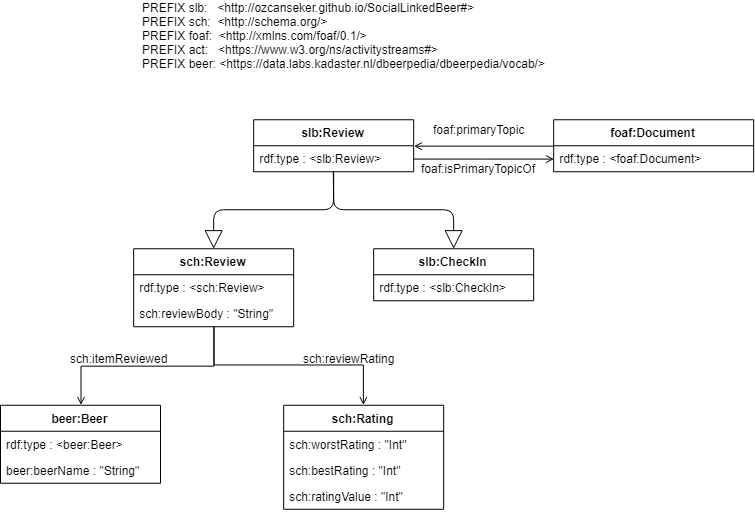
The draw.io diagram docs/images/ReviewOntologie.png in ozcanseker/Social-linked-beer, before a commit. Source tidied: cells renumbered, new cells last; positions are measured from the earlier drawing's top-left corner, leaving out a move shared by most shapes.
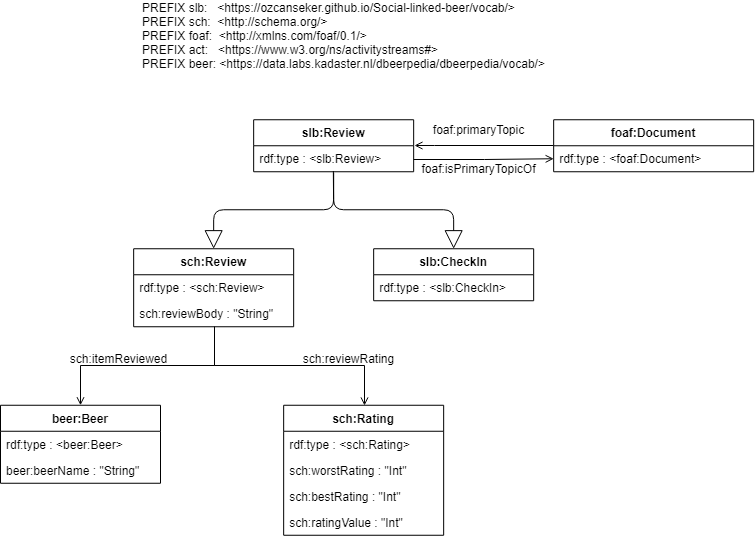
Later version of the same file.

The edit, as a diff of the source:
```diff
@@ -31,7 +31,7 @@
     <mxCell id="9" value="foaf:isPrimaryTopicOf" style="text;html=1;align=center;verticalAlign=middle;" parent="1" vertex="1">
       <mxGeometry x="413.2" y="158.2" width="130" height="20" as="geometry" />
     </mxCell>
-    <mxCell id="10" value="PREFIX slb:&amp;nbsp; &amp;nbsp;&amp;lt;http://ozcanseker.github.io/SocialLinkedBeer#&amp;gt;&lt;br&gt;PREFIX sch:&amp;nbsp; &amp;lt;http://schema.org/&amp;gt;&lt;br&gt;PREFIX foaf:&amp;nbsp; &amp;lt;http://xmlns.com/foaf/0.1/&amp;gt;&amp;nbsp;&lt;br&gt;PREFIX act:&amp;nbsp; &amp;nbsp;&amp;lt;&lt;a href=&quot;https://www.w3.org/ns/activitystreams&quot;&gt;https://www.w3.org/ns/activitystreams#&lt;/a&gt;&amp;gt;&amp;nbsp;&lt;br&gt;PREFIX beer: &amp;lt;&lt;a href=&quot;https://www.w3.org/ns/activitystreams&quot;&gt;https://data.labs.kadaster.nl/dbeerpedia/dbeerpedia/vocab/&lt;/a&gt;&amp;gt;&amp;nbsp;" style="text;html=1;align=left;verticalAlign=middle;" parent="1" vertex="1">
+    <mxCell id="10" value="PREFIX slb:&amp;nbsp; &amp;nbsp;&amp;lt;https://ozcanseker.github.io/Social-linked-beer/vocab/&amp;gt;&lt;br&gt;PREFIX sch:&amp;nbsp; &amp;lt;http://schema.org/&amp;gt;&lt;br&gt;PREFIX foaf:&amp;nbsp; &amp;lt;http://xmlns.com/foaf/0.1/&amp;gt;&amp;nbsp;&lt;br&gt;PREFIX act:&amp;nbsp; &amp;nbsp;&amp;lt;&lt;a href=&quot;https://www.w3.org/ns/activitystreams&quot;&gt;https://www.w3.org/ns/activitystreams#&lt;/a&gt;&amp;gt;&amp;nbsp;&lt;br&gt;PREFIX beer: &amp;lt;&lt;a href=&quot;https://www.w3.org/ns/activitystreams&quot;&gt;https://data.labs.kadaster.nl/dbeerpedia/dbeerpedia/vocab/&lt;/a&gt;&amp;gt;&amp;nbsp;" style="text;html=1;align=left;verticalAlign=middle;" parent="1" vertex="1">
       <mxGeometry x="140" width="420" height="70" as="geometry" />
     </mxCell>
     <mxCell id="11" value="slb:CheckIn" style="swimlane;fontStyle=1;align=center;verticalAlign=top;horizontal=1;startSize=26;" parent="1" vertex="1">
@@ -56,7 +56,7 @@
         </Array>
       </mxGeometry>
     </mxCell>
-    <mxCell id="15" style="edgeStyle=orthogonalEdgeStyle;rounded=0;jettySize=auto;html=1;entryX=0.5;entryY=0;entryDx=0;entryDy=0;startSize=9;endArrow=open;endFill=0;endSize=6;targetPerimeterSpacing=0;" parent="1" edge="1" source="16" target="24">
+    <mxCell id="15" style="edgeStyle=orthogonalEdgeStyle;rounded=0;jettySize=auto;html=1;entryX=0.5;entryY=0;entryDx=0;entryDy=0;startSize=9;endArrow=open;endFill=0;endSize=6;targetPerimeterSpacing=0;" parent="1" edge="1" source="16" target="25">
       <mxGeometry relative="1" as="geometry" />
     </mxCell>
     <mxCell id="16" value="sch:Review" style="swimlane;fontStyle=1;align=center;verticalAlign=top;horizontal=1;startSize=26;" parent="1" vertex="1">
@@ -78,31 +78,34 @@
       </mxGeometry>
     </mxCell>
     <mxCell id="20" value="sch:Rating" style="swimlane;fontStyle=1;align=center;verticalAlign=top;horizontal=1;startSize=26;" parent="1" vertex="1">
-      <mxGeometry x="283.2" y="404.8" width="160" height="104" as="geometry" />
+      <mxGeometry x="283.2" y="404.8" width="160" height="130" as="geometry" />
     </mxCell>
-    <mxCell id="21" value="sch:worstRating : &quot;Int&quot;&#10; " style="text;strokeColor=none;fillColor=none;align=left;verticalAlign=top;spacingLeft=4;spacingRight=4;overflow=hidden;" parent="20" vertex="1">
+    <mxCell id="21" value="rdf:type : &lt;sch:Rating&gt; &#10; " style="text;strokeColor=none;fillColor=none;align=left;verticalAlign=top;spacingLeft=4;spacingRight=4;overflow=hidden;" parent="20" vertex="1">
       <mxGeometry y="26" width="160" height="26" as="geometry" />
     </mxCell>
-    <mxCell id="22" value="sch:bestRating : &quot;Int&quot; " style="text;strokeColor=none;fillColor=none;align=left;verticalAlign=top;spacingLeft=4;spacingRight=4;overflow=hidden;" parent="20" vertex="1">
+    <mxCell id="22" value="sch:worstRating : &quot;Int&quot;&#10; " style="text;strokeColor=none;fillColor=none;align=left;verticalAlign=top;spacingLeft=4;spacingRight=4;overflow=hidden;" parent="20" vertex="1">
       <mxGeometry y="52" width="160" height="26" as="geometry" />
     </mxCell>
-    <mxCell id="23" value="sch:ratingValue : &quot;Int&quot; " style="text;strokeColor=none;fillColor=none;align=left;verticalAlign=top;spacingLeft=4;spacingRight=4;overflow=hidden;" parent="20" vertex="1">
+    <mxCell id="23" value="sch:bestRating : &quot;Int&quot; " style="text;strokeColor=none;fillColor=none;align=left;verticalAlign=top;spacingLeft=4;spacingRight=4;overflow=hidden;" parent="20" vertex="1">
       <mxGeometry y="78" width="160" height="26" as="geometry" />
     </mxCell>
-    <mxCell id="24" value="beer:Beer" style="swimlane;fontStyle=1;align=center;verticalAlign=top;horizontal=1;startSize=26;" parent="1" vertex="1">
-      <mxGeometry y="404.8" width="160" height="78" as="geometry" />
+    <mxCell id="24" value="sch:ratingValue : &quot;Int&quot; " style="text;strokeColor=none;fillColor=none;align=left;verticalAlign=top;spacingLeft=4;spacingRight=4;overflow=hidden;points=[[0,0.5],[1,0.5]];portConstraint=eastwest;" parent="20" vertex="1">
+      <mxGeometry y="104" width="160" height="26" as="geometry" />
     </mxCell>
-    <mxCell id="25" value="rdf:type : &lt;beer:Beer&gt; &#10; " style="text;strokeColor=none;fillColor=none;align=left;verticalAlign=top;spacingLeft=4;spacingRight=4;overflow=hidden;points=[[0,0.5],[1,0.5]];portConstraint=eastwest;" parent="24" vertex="1">
-      <mxGeometry y="26" width="160" height="26" as="geometry" />
+    <mxCell id="25" value="beer:Beer" style="swimlane;fontStyle=1;align=center;verticalAlign=top;horizontal=1;startSize=26;" parent="1" vertex="1">
+      <mxGeometry y="404.8" width="160" height="78" as="geometry" />
     </mxCell>
-    <mxCell id="26" value="beer:beerName : &quot;String&quot; " style="text;strokeColor=none;fillColor=none;align=left;verticalAlign=top;spacingLeft=4;spacingRight=4;overflow=hidden;" parent="24" vertex="1">
-      <mxGeometry y="52" width="160" height="26" as="geometry" />
+    <mxCell id="26" value="rdf:type : &lt;beer:Beer&gt; &#10; " style="text;strokeColor=none;fillColor=none;align=left;verticalAlign=top;spacingLeft=4;spacingRight=4;overflow=hidden;" parent="25" vertex="1">
+      <mxGeometry y="26" width="160" height="26" as="geometry" />
     </mxCell>
-    <mxCell id="27" value="sch:reviewRating" style="text;html=1;align=center;verticalAlign=middle;" parent="1" vertex="1">
-      <mxGeometry x="293.2" y="347.8" width="110" height="20" as="geometry" />
+    <mxCell id="27" value="beer:beerName : &quot;String&quot; " style="text;strokeColor=none;fillColor=none;align=left;verticalAlign=top;spacingLeft=4;spacingRight=4;overflow=hidden;" parent="25" vertex="1">
+      <mxGeometry y="52" width="160" height="26" as="geometry" />
     </mxCell>
-    <mxCell id="28" value="sch:itemReviewed" style="text;html=1;align=center;verticalAlign=middle;" parent="1" vertex="1">
-      <mxGeometry x="63.2" y="347.8" width="110" height="20" as="geometry" />
+    <mxCell id="28" value="sch:reviewRating" style="text;html=1;align=center;verticalAlign=middle;" parent="1" vertex="1">
+      <mxGeometry x="293.2" y="347.8" width="110" height="20" as="geometry" />
     </mxCell>
+    <mxCell id="29" value="sch:itemReviewed" style="text;html=1;align=center;verticalAlign=middle;" parent="1" vertex="1">
+      <mxGeometry x="63.2" y="347.8" width="110" height="20" as="geometry" />
+    </mxCell>
   </root>
 </mxGraphModel>
```
